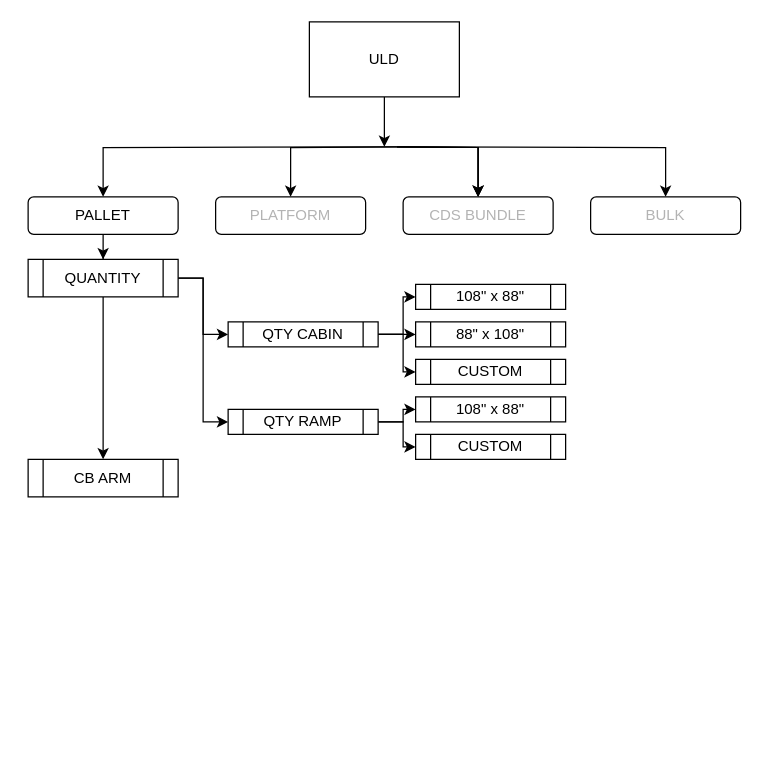
Earlier version of the draw.io diagram LMT_Pallet_PayloadPage.drawio (msmatos/diagrams). Source tidied: cells renumbered, new cells numbered last; positions are measured from the earlier drawing's top-left corner, leaving out a move shared by most shapes. Both pictures are drawn from the tidied source at 125%, with x=0, y=0 at pixel (28, 21).
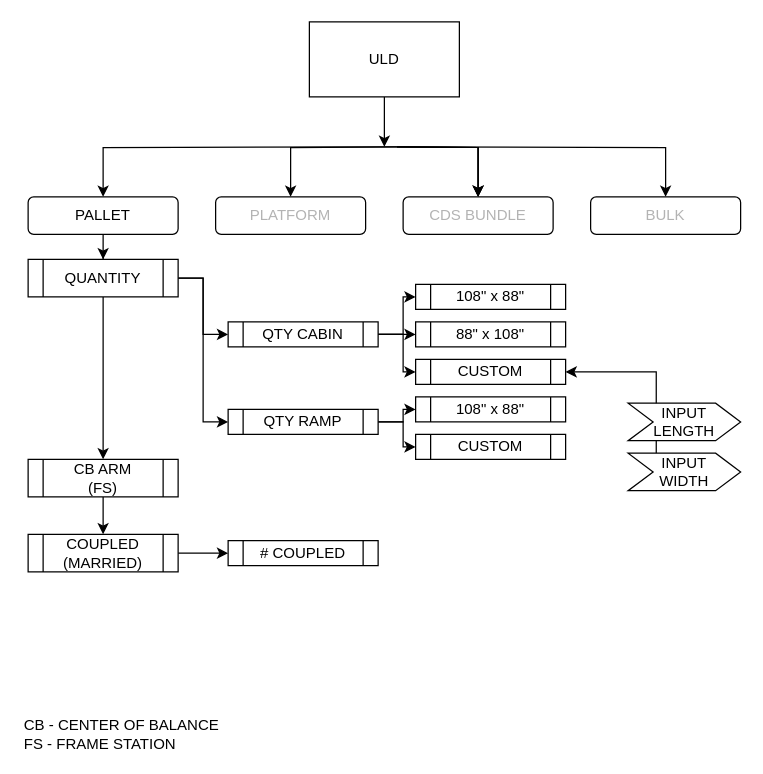
After the change.

The change refers to these unchanged cells:
```xml
<mxCell id="26" value="CUSTOM" style="shape=process;whiteSpace=wrap;html=1;backgroundOutline=1;" parent="1" vertex="1">
  <mxGeometry x="310" y="270" width="120" height="20" as="geometry" />
</mxCell>
```

The edit, as a diff of the source:
```diff
@@
+    <mxCell id="32" style="edgeStyle=orthogonalEdgeStyle;rounded=0;jettySize=auto;html=1;exitX=0.5;exitY=1;exitDx=0;exitDy=0;entryX=0.5;entryY=0;entryDx=0;entryDy=0;fontColor=#000000;" parent="1" edge="1" source="31" target="35">
+      <mxGeometry relative="1" as="geometry" />
+    </mxCell>
-    <mxCell id="31" value="CB ARM" style="shape=process;whiteSpace=wrap;html=1;backgroundOutline=1;" parent="1" vertex="1">
+    <mxCell id="31" value="CB ARM&lt;br&gt;(FS)" style="shape=process;whiteSpace=wrap;html=1;backgroundOutline=1;" parent="1" vertex="1">
       <mxGeometry y="350" width="120" height="30" as="geometry" />
     </mxCell>
+    <mxCell id="33" value="CB - CENTER OF BALANCE&lt;br&gt;FS - FRAME STATION" style="text;html=1;strokeColor=none;fillColor=none;align=left;verticalAlign=middle;whiteSpace=wrap;rounded=0;" parent="1" vertex="1">
+      <mxGeometry x="-5" y="560" width="190" height="20" as="geometry" />
+    </mxCell>
+    <mxCell id="34" style="edgeStyle=orthogonalEdgeStyle;rounded=0;jettySize=auto;html=1;exitX=1;exitY=0.5;exitDx=0;exitDy=0;entryX=0;entryY=0.5;entryDx=0;entryDy=0;fontColor=#000000;" parent="1" edge="1" source="35" target="36">
+      <mxGeometry relative="1" as="geometry" />
+    </mxCell>
+    <mxCell id="35" value="COUPLED&lt;br&gt;(MARRIED)" style="shape=process;whiteSpace=wrap;html=1;backgroundOutline=1;" parent="1" vertex="1">
+      <mxGeometry y="410" width="120" height="30" as="geometry" />
+    </mxCell>
+    <mxCell id="36" value="# COUPLED" style="shape=process;whiteSpace=wrap;html=1;backgroundOutline=1;" parent="1" vertex="1">
+      <mxGeometry x="160" y="415" width="120" height="20" as="geometry" />
+    </mxCell>
+    <mxCell id="37" style="edgeStyle=orthogonalEdgeStyle;rounded=0;jettySize=auto;html=1;exitX=0.25;exitY=0;exitDx=0;exitDy=0;entryX=1;entryY=0.5;entryDx=0;entryDy=0;fontColor=#000000;" parent="1" edge="1" source="38" target="26">
+      <mxGeometry relative="1" as="geometry" />
+    </mxCell>
+    <mxCell id="38" value="INPUT&lt;br&gt;WIDTH" style="shape=step;perimeter=stepPerimeter;whiteSpace=wrap;html=1;fixedSize=1;fontColor=#000000;align=center;" parent="1" vertex="1">
+      <mxGeometry x="480" y="345" width="90" height="30" as="geometry" />
+    </mxCell>
+    <mxCell id="39" value="INPUT&lt;br&gt;LENGTH" style="shape=step;perimeter=stepPerimeter;whiteSpace=wrap;html=1;fixedSize=1;fontColor=#000000;align=center;" parent="1" vertex="1">
+      <mxGeometry x="480" y="305" width="90" height="30" as="geometry" />
+    </mxCell>
```
